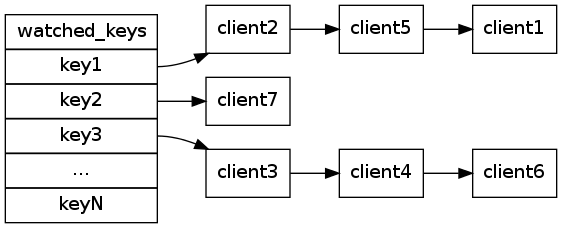
Earlier version of the Graphviz export feature/image/watched_keys.png (huangzworks/redisbook). Its source is kept beside it as feature/image/watched_keys.dot. Source of this version:
```dot
digraph watched_keys {

    rankdir = LR;

    node [shape = record];


    watched_keys [label = "watched_keys |<key1> key1 |<key2> key2 |<key3> key3 | ... |<keyN> keyN"];

    client1 [label = "client1"];
    client5 [label = "client5"];
    client2 [label = "client2"];

    watched_keys:key1 -> client2;
    client2 -> client5;
    client5 -> client1;

    client7 [label = "client7"];

    watched_keys:key2 -> client7;


    client3 [label = "client3"];
    client4 [label = "client4"];
    client6 [label = "client6"];

    watched_keys:key3 -> client3;
    client3 -> client4;
    client4 -> client6;
}
```
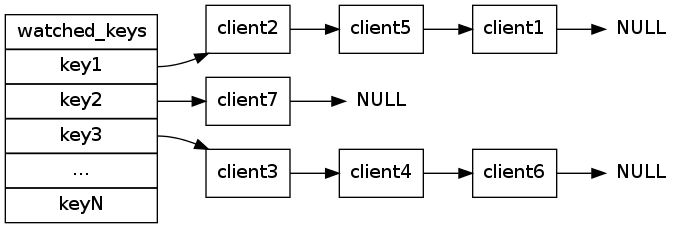
Later version of the same file.

The edit, as a diff of the source:
```diff
@@ -10,21 +10,27 @@
     client1 [label = "client1"];
     client5 [label = "client5"];
     client2 [label = "client2"];
+    null_1 [label = "NULL", shape = plaintext];
 
     watched_keys:key1 -> client2;
     client2 -> client5;
     client5 -> client1;
+    client1 -> null_1;
 
     client7 [label = "client7"];
+    null_2 [label = "NULL", shape = plaintext];
 
     watched_keys:key2 -> client7;
+    client7 -> null_2;
 
 
     client3 [label = "client3"];
     client4 [label = "client4"];
     client6 [label = "client6"];
+    null_3 [label = "NULL", shape = plaintext];
 
     watched_keys:key3 -> client3;
     client3 -> client4;
     client4 -> client6;
+    client6 -> null_3;
 }
```
